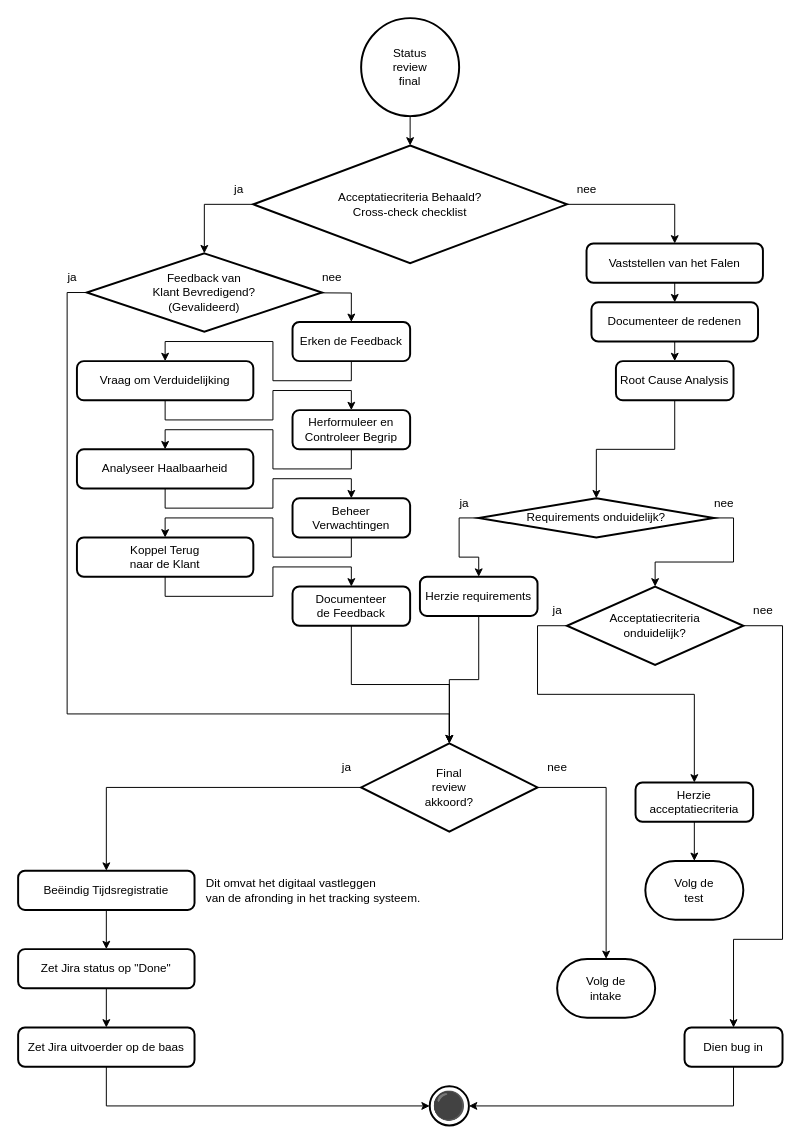
Above: 3 Issue Tracker review.drawio in Zaibatsu89/IssueTracker (draw.io), before the change. Source tidied: cells renumbered, new cells numbered last; positions are measured from the earlier drawing's top-left corner, leaving out a move shared by most shapes. Both pictures are drawn from the tidied source at 98%, with x=0, y=0 at pixel (18, 18).
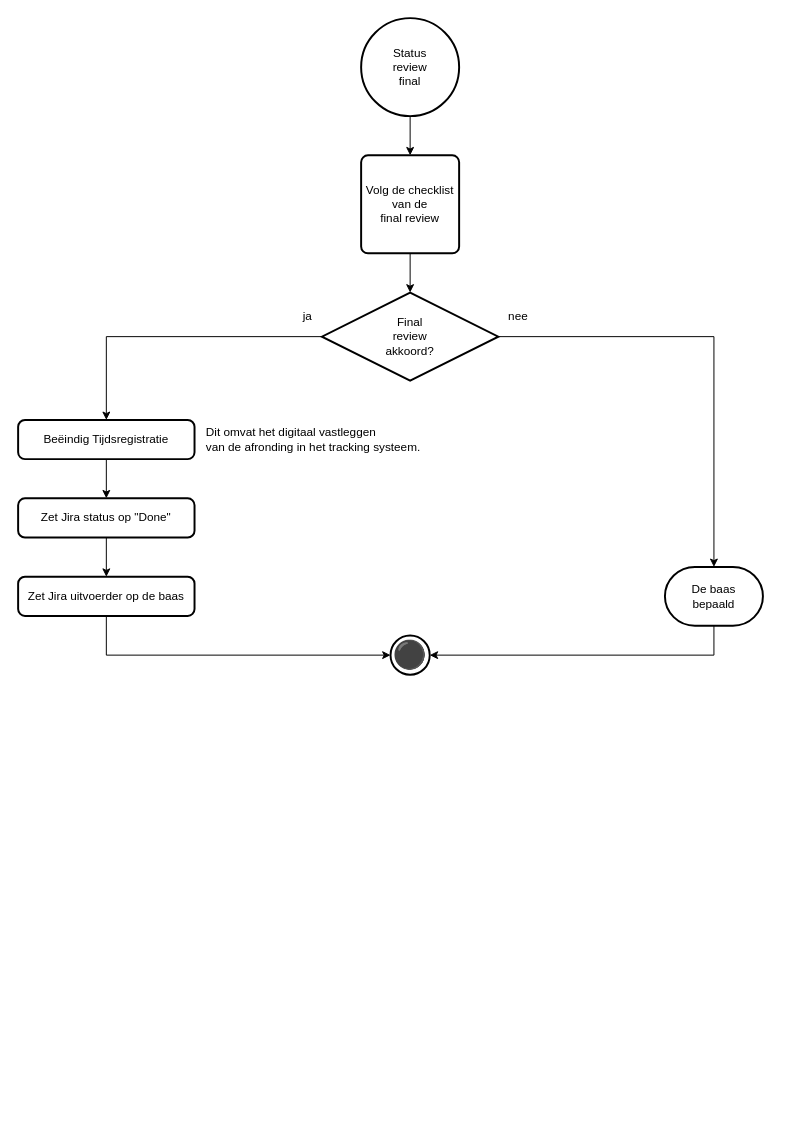
Above is the later version.

Commit message:
flowchart final review versimpelen, zie intake, deadline 18-7

The change refers to these unchanged cells:
```xml
<mxCell id="3" value="Status&lt;br&gt;review&lt;br&gt;final" style="strokeWidth=2;html=1;shape=mxgraph.flowchart.start_2;whiteSpace=wrap;" parent="1" vertex="1">
  <mxGeometry x="350" width="100" height="100" as="geometry" />
</mxCell>
```

What changed in the source:
```diff
@@
-    <mxCell id="2" style="edgeStyle=orthogonalEdgeStyle;rounded=0;jettySize=auto;html=1;" parent="1" edge="1" source="3" target="5">
-      <mxGeometry relative="1" as="geometry">
-        <Array as="points">
-          <mxPoint x="430" y="60" />
-        </Array>
-      </mxGeometry>
-    </mxCell>
+    <mxCell id="65" style="edgeStyle=orthogonalEdgeStyle;rounded=0;jettySize=auto;html=1;" parent="1" edge="1" source="3" target="67">
+      <mxGeometry relative="1" as="geometry" />
+    </mxCell>
@@
-    <mxCell id="4" style="edgeStyle=orthogonalEdgeStyle;rounded=0;jettySize=auto;html=1;exitX=1;exitY=0.5;exitDx=0;exitDy=0;exitPerimeter=0;entryX=0.5;entryY=0;entryDx=0;entryDy=0;" parent="1" edge="1" source="5" target="7">
-      <mxGeometry relative="1" as="geometry" />
-    </mxCell>
-    <mxCell id="5" value="Acceptatiecriteria Behaald?&lt;br&gt;Cross-check checklist" style="strokeWidth=2;html=1;shape=mxgraph.flowchart.decision;whiteSpace=wrap;" parent="1" vertex="1">
-      <mxGeometry x="240" y="130" width="320" height="120" as="geometry" />
-    </mxCell>
-    <mxCell id="6" style="edgeStyle=orthogonalEdgeStyle;rounded=0;jettySize=auto;html=1;exitX=0.5;exitY=1;exitDx=0;exitDy=0;entryX=0.5;entryY=0;entryDx=0;entryDy=0;" parent="1" edge="1" source="7" target="10">
-      <mxGeometry relative="1" as="geometry" />
-    </mxCell>
-    <mxCell id="7" value="Vaststellen van het Falen" style="rounded=1;whiteSpace=wrap;html=1;absoluteArcSize=1;arcSize=14;strokeWidth=2;" parent="1" vertex="1">
-      <mxGeometry x="580" y="230" width="180" height="40" as="geometry" />
-    </mxCell>
-    <mxCell id="8" value="ja" style="text;html=1;align=center;verticalAlign=middle;strokeColor=none;fillColor=none;" parent="1" vertex="1">
-      <mxGeometry x="210" y="160" width="30" height="30" as="geometry" />
-    </mxCell>
-    <mxCell id="9" style="edgeStyle=orthogonalEdgeStyle;rounded=0;jettySize=auto;html=1;exitX=0.5;exitY=1;exitDx=0;exitDy=0;entryX=0.5;entryY=0;entryDx=0;entryDy=0;" parent="1" edge="1" source="10" target="23">
-      <mxGeometry relative="1" as="geometry" />
-    </mxCell>
-    <mxCell id="10" value="Documenteer de redenen" style="rounded=1;whiteSpace=wrap;html=1;absoluteArcSize=1;arcSize=14;strokeWidth=2;" parent="1" vertex="1">
-      <mxGeometry x="585" y="290" width="170" height="40" as="geometry" />
-    </mxCell>
-    <mxCell id="11" style="edgeStyle=orthogonalEdgeStyle;rounded=0;jettySize=auto;html=1;exitX=1;exitY=0.5;exitDx=0;exitDy=0;exitPerimeter=0;entryX=0.5;entryY=0;entryDx=0;entryDy=0;" parent="1" edge="1" target="15">
-      <mxGeometry relative="1" as="geometry">
-        <mxPoint x="250" y="280" as="sourcePoint" />
-      </mxGeometry>
-    </mxCell>
-    <mxCell id="12" value="Feedback van&lt;br&gt;Klant Bevredigend?&lt;br&gt;(Gevalideerd)" style="strokeWidth=2;html=1;shape=mxgraph.flowchart.decision;whiteSpace=wrap;" parent="1" vertex="1">
-      <mxGeometry x="70" y="240" width="240" height="80" as="geometry" />
-    </mxCell>
-    <mxCell id="13" value="nee" style="text;html=1;align=center;verticalAlign=middle;strokeColor=none;fillColor=none;" parent="1" vertex="1">
-      <mxGeometry x="560" y="160" width="40" height="30" as="geometry" />
-    </mxCell>
-    <mxCell id="14" style="edgeStyle=orthogonalEdgeStyle;rounded=0;jettySize=auto;html=1;exitX=0.5;exitY=1;exitDx=0;exitDy=0;entryX=0.5;entryY=0;entryDx=0;entryDy=0;" parent="1" edge="1" source="15" target="39">
-      <mxGeometry relative="1" as="geometry" />
-    </mxCell>
-    <mxCell id="15" value="Erken de Feedback" style="rounded=1;whiteSpace=wrap;html=1;absoluteArcSize=1;arcSize=14;strokeWidth=2;" parent="1" vertex="1">
-      <mxGeometry x="280" y="310" width="120" height="40" as="geometry" />
-    </mxCell>
@@
     <mxCell id="17" value="Beëindig Tijdsregistratie" style="rounded=1;whiteSpace=wrap;html=1;absoluteArcSize=1;arcSize=14;strokeWidth=2;" parent="1" vertex="1">
-      <mxGeometry y="870" width="180" height="40" as="geometry" />
+      <mxGeometry y="410" width="180" height="40" as="geometry" />
     </mxCell>
-    <mxCell id="18" value="nee" style="text;html=1;align=center;verticalAlign=middle;strokeColor=none;fillColor=none;" parent="1" vertex="1">
-      <mxGeometry x="300" y="250" width="40" height="30" as="geometry" />
-    </mxCell>
     <mxCell id="19" value="⚫" style="strokeWidth=2;html=1;shape=mxgraph.flowchart.start_2;whiteSpace=wrap;fontSize=28;" parent="1" vertex="1">
-      <mxGeometry x="420" y="1090" width="40" height="40" as="geometry" />
+      <mxGeometry x="380" y="630" width="40" height="40" as="geometry" />
     </mxCell>
@@
     <mxCell id="21" value="Zet Jira status op &quot;Done&quot;" style="rounded=1;whiteSpace=wrap;html=1;absoluteArcSize=1;arcSize=14;strokeWidth=2;" parent="1" vertex="1">
-      <mxGeometry y="950" width="180" height="40" as="geometry" />
+      <mxGeometry y="490" width="180" height="40" as="geometry" />
     </mxCell>
     <mxCell id="22" value="Zet Jira uitvoerder op de baas" style="rounded=1;whiteSpace=wrap;html=1;absoluteArcSize=1;arcSize=14;strokeWidth=2;" parent="1" vertex="1">
-      <mxGeometry y="1030" width="180" height="40" as="geometry" />
+      <mxGeometry y="570" width="180" height="40" as="geometry" />
     </mxCell>
-    <mxCell id="23" value="Root Cause Analysis" style="rounded=1;whiteSpace=wrap;html=1;absoluteArcSize=1;arcSize=14;strokeWidth=2;" parent="1" vertex="1">
-      <mxGeometry x="610" y="350" width="120" height="40" as="geometry" />
-    </mxCell>
-    <mxCell id="24" style="edgeStyle=orthogonalEdgeStyle;rounded=0;jettySize=auto;html=1;exitX=0;exitY=0.5;exitDx=0;exitDy=0;exitPerimeter=0;entryX=0.5;entryY=0;entryDx=0;entryDy=0;" parent="1" edge="1" source="25" target="27">
-      <mxGeometry relative="1" as="geometry" />
-    </mxCell>
-    <mxCell id="25" value="Requirements onduidelijk?" style="strokeWidth=2;html=1;shape=mxgraph.flowchart.decision;whiteSpace=wrap;" parent="1" vertex="1">
-      <mxGeometry x="470" y="490" width="240" height="40" as="geometry" />
-    </mxCell>
-    <mxCell id="26" style="edgeStyle=orthogonalEdgeStyle;rounded=0;jettySize=auto;html=1;exitX=0.5;exitY=1;exitDx=0;exitDy=0;entryX=0.5;entryY=0;entryDx=0;entryDy=0;entryPerimeter=0;" parent="1" edge="1" source="23" target="25">
-      <mxGeometry relative="1" as="geometry" />
-    </mxCell>
-    <mxCell id="27" value="Herzie requirements" style="rounded=1;whiteSpace=wrap;html=1;absoluteArcSize=1;arcSize=14;strokeWidth=2;" parent="1" vertex="1">
-      <mxGeometry x="410" y="570" width="120" height="40" as="geometry" />
-    </mxCell>
-    <mxCell id="28" style="edgeStyle=orthogonalEdgeStyle;rounded=0;jettySize=auto;html=1;exitX=1;exitY=0.5;exitDx=0;exitDy=0;exitPerimeter=0;entryX=0.5;entryY=0;entryDx=0;entryDy=0;" parent="1" edge="1" source="30" target="35">
-      <mxGeometry relative="1" as="geometry">
-        <Array as="points">
-          <mxPoint x="780" y="620" />
-          <mxPoint x="780" y="940" />
-          <mxPoint x="730" y="940" />
-        </Array>
-      </mxGeometry>
-    </mxCell>
-    <mxCell id="29" style="edgeStyle=orthogonalEdgeStyle;rounded=0;jettySize=auto;html=1;entryX=0.5;entryY=0;entryDx=0;entryDy=0;exitX=0;exitY=0.5;exitDx=0;exitDy=0;exitPerimeter=0;" parent="1" edge="1" source="30" target="34">
-      <mxGeometry relative="1" as="geometry">
-        <Array as="points">
-          <mxPoint x="530" y="620" />
-          <mxPoint x="530" y="690" />
-          <mxPoint x="690" y="690" />
-        </Array>
-      </mxGeometry>
-    </mxCell>
-    <mxCell id="30" value="Acceptatiecriteria&lt;br&gt;onduidelijk?" style="strokeWidth=2;html=1;shape=mxgraph.flowchart.decision;whiteSpace=wrap;" parent="1" vertex="1">
-      <mxGeometry x="560" y="580" width="180" height="80" as="geometry" />
-    </mxCell>
-    <mxCell id="31" value="nee" style="text;html=1;align=center;verticalAlign=middle;strokeColor=none;fillColor=none;" parent="1" vertex="1">
-      <mxGeometry x="700" y="480" width="40" height="30" as="geometry" />
-    </mxCell>
-    <mxCell id="32" value="ja" style="text;html=1;align=center;verticalAlign=middle;strokeColor=none;fillColor=none;" parent="1" vertex="1">
-      <mxGeometry x="440" y="480" width="30" height="30" as="geometry" />
-    </mxCell>
-    <mxCell id="33" style="edgeStyle=orthogonalEdgeStyle;rounded=0;jettySize=auto;html=1;exitX=0.5;exitY=1;exitDx=0;exitDy=0;entryX=0.5;entryY=0;entryDx=0;entryDy=0;entryPerimeter=0;" parent="1" edge="1" source="34" target="61">
-      <mxGeometry relative="1" as="geometry" />
-    </mxCell>
-    <mxCell id="34" value="Herzie&lt;br&gt;acceptatiecriteria" style="rounded=1;whiteSpace=wrap;html=1;absoluteArcSize=1;arcSize=14;strokeWidth=2;" parent="1" vertex="1">
-      <mxGeometry x="630" y="780" width="120" height="40" as="geometry" />
-    </mxCell>
-    <mxCell id="35" value="Dien bug in" style="rounded=1;whiteSpace=wrap;html=1;absoluteArcSize=1;arcSize=14;strokeWidth=2;" parent="1" vertex="1">
-      <mxGeometry x="680" y="1030" width="100" height="40" as="geometry" />
-    </mxCell>
-    <mxCell id="36" value="ja" style="text;html=1;align=center;verticalAlign=middle;strokeColor=none;fillColor=none;" parent="1" vertex="1">
-      <mxGeometry x="535" y="590" width="30" height="30" as="geometry" />
-    </mxCell>
-    <mxCell id="37" value="nee" style="text;html=1;align=center;verticalAlign=middle;strokeColor=none;fillColor=none;" parent="1" vertex="1">
-      <mxGeometry x="740" y="590" width="40" height="30" as="geometry" />
-    </mxCell>
-    <mxCell id="38" style="edgeStyle=orthogonalEdgeStyle;rounded=0;jettySize=auto;html=1;exitX=0.5;exitY=1;exitDx=0;exitDy=0;entryX=0.5;entryY=0;entryDx=0;entryDy=0;" parent="1" edge="1" source="39" target="41">
-      <mxGeometry relative="1" as="geometry" />
-    </mxCell>
-    <mxCell id="39" value="Vraag om Verduidelijking" style="rounded=1;whiteSpace=wrap;html=1;absoluteArcSize=1;arcSize=14;strokeWidth=2;" parent="1" vertex="1">
-      <mxGeometry x="60" y="350" width="180" height="40" as="geometry" />
-    </mxCell>
-    <mxCell id="40" style="edgeStyle=orthogonalEdgeStyle;rounded=0;jettySize=auto;html=1;exitX=0.5;exitY=1;exitDx=0;exitDy=0;entryX=0.5;entryY=0;entryDx=0;entryDy=0;" parent="1" edge="1" source="41" target="43">
-      <mxGeometry relative="1" as="geometry" />
-    </mxCell>
-    <mxCell id="41" value="Herformuleer en Controleer Begrip" style="rounded=1;whiteSpace=wrap;html=1;absoluteArcSize=1;arcSize=14;strokeWidth=2;" parent="1" vertex="1">
-      <mxGeometry x="280" y="400" width="120" height="40" as="geometry" />
-    </mxCell>
-    <mxCell id="42" style="edgeStyle=orthogonalEdgeStyle;rounded=0;jettySize=auto;html=1;exitX=0.5;exitY=1;exitDx=0;exitDy=0;entryX=0.5;entryY=0;entryDx=0;entryDy=0;" parent="1" edge="1" source="43" target="45">
-      <mxGeometry relative="1" as="geometry" />
-    </mxCell>
-    <mxCell id="43" value="Analyseer Haalbaarheid" style="rounded=1;whiteSpace=wrap;html=1;absoluteArcSize=1;arcSize=14;strokeWidth=2;" parent="1" vertex="1">
-      <mxGeometry x="60" y="440" width="180" height="40" as="geometry" />
-    </mxCell>
-    <mxCell id="44" style="edgeStyle=orthogonalEdgeStyle;rounded=0;jettySize=auto;html=1;exitX=0.5;exitY=1;exitDx=0;exitDy=0;entryX=0.5;entryY=0;entryDx=0;entryDy=0;" parent="1" edge="1" source="45" target="47">
-      <mxGeometry relative="1" as="geometry" />
-    </mxCell>
-    <mxCell id="45" value="Beheer&lt;br&gt;Verwachtingen" style="rounded=1;whiteSpace=wrap;html=1;absoluteArcSize=1;arcSize=14;strokeWidth=2;" parent="1" vertex="1">
-      <mxGeometry x="280" y="490" width="120" height="40" as="geometry" />
-    </mxCell>
-    <mxCell id="46" style="edgeStyle=orthogonalEdgeStyle;rounded=0;jettySize=auto;html=1;exitX=0.5;exitY=1;exitDx=0;exitDy=0;entryX=0.5;entryY=0;entryDx=0;entryDy=0;" parent="1" edge="1" source="47" target="48">
-      <mxGeometry relative="1" as="geometry" />
-    </mxCell>
-    <mxCell id="47" value="Koppel Terug&lt;br&gt;naar de Klant" style="rounded=1;whiteSpace=wrap;html=1;absoluteArcSize=1;arcSize=14;strokeWidth=2;" parent="1" vertex="1">
-      <mxGeometry x="60" y="530" width="180" height="40" as="geometry" />
-    </mxCell>
-    <mxCell id="48" value="Documenteer&lt;br&gt;de Feedback" style="rounded=1;whiteSpace=wrap;html=1;absoluteArcSize=1;arcSize=14;strokeWidth=2;" parent="1" vertex="1">
-      <mxGeometry x="280" y="580" width="120" height="40" as="geometry" />
-    </mxCell>
@@
     <mxCell id="51" value="Final&lt;br&gt;review&lt;br&gt;akkoord?" style="strokeWidth=2;html=1;shape=mxgraph.flowchart.decision;whiteSpace=wrap;" parent="1" vertex="1">
-      <mxGeometry x="350" y="740" width="180" height="90" as="geometry" />
+      <mxGeometry x="310" y="280" width="180" height="90" as="geometry" />
     </mxCell>
     <mxCell id="52" value="nee" style="text;html=1;align=center;verticalAlign=middle;strokeColor=none;fillColor=none;" parent="1" vertex="1">
-      <mxGeometry x="530" y="750" width="40" height="30" as="geometry" />
+      <mxGeometry x="490" y="290" width="40" height="30" as="geometry" />
     </mxCell>
     <mxCell id="53" value="ja" style="text;html=1;align=center;verticalAlign=middle;strokeColor=none;fillColor=none;" parent="1" vertex="1">
-      <mxGeometry x="320" y="750" width="30" height="30" as="geometry" />
+      <mxGeometry x="280" y="290" width="30" height="30" as="geometry" />
     </mxCell>
     <mxCell id="54" value="Dit omvat het digitaal vastleggen&lt;br&gt;van de afronding in het tracking systeem." style="text;html=1;align=left;verticalAlign=middle;strokeColor=none;fillColor=none;" parent="1" vertex="1">
-      <mxGeometry x="190" y="875" width="270" height="30" as="geometry" />
+      <mxGeometry x="190" y="415" width="270" height="30" as="geometry" />
     </mxCell>
-    <mxCell id="55" style="edgeStyle=orthogonalEdgeStyle;rounded=0;jettySize=auto;html=1;exitX=1;exitY=0.5;exitDx=0;exitDy=0;exitPerimeter=0;entryX=0.5;entryY=0;entryDx=0;entryDy=0;entryPerimeter=0;" parent="1" edge="1" source="25" target="30">
-      <mxGeometry relative="1" as="geometry" />
-    </mxCell>
-    <mxCell id="56" style="edgeStyle=orthogonalEdgeStyle;rounded=0;jettySize=auto;html=1;entryX=1;entryY=0.5;entryDx=0;entryDy=0;entryPerimeter=0;exitX=0.5;exitY=1;exitDx=0;exitDy=0;" parent="1" edge="1" source="35" target="19">
+    <mxCell id="56" style="edgeStyle=orthogonalEdgeStyle;rounded=0;jettySize=auto;html=1;entryX=1;entryY=0.5;entryDx=0;entryDy=0;entryPerimeter=0;exitX=0.5;exitY=1;exitDx=0;exitDy=0;exitPerimeter=0;" parent="1" edge="1" source="60" target="19">
       <mxGeometry relative="1" as="geometry" />
     </mxCell>
-    <mxCell id="57" style="edgeStyle=orthogonalEdgeStyle;rounded=0;jettySize=auto;html=1;exitX=0;exitY=0.5;exitDx=0;exitDy=0;exitPerimeter=0;entryX=0.5;entryY=0;entryDx=0;entryDy=0;entryPerimeter=0;" parent="1" edge="1" source="5" target="12">
-      <mxGeometry relative="1" as="geometry" />
-    </mxCell>
-    <mxCell id="58" value="ja" style="text;html=1;align=center;verticalAlign=middle;strokeColor=none;fillColor=none;" parent="1" vertex="1">
-      <mxGeometry x="40" y="250" width="30" height="30" as="geometry" />
-    </mxCell>
@@
-    <mxCell id="60" value="Volg de&lt;br&gt;intake" style="strokeWidth=2;html=1;shape=mxgraph.flowchart.terminator;whiteSpace=wrap;" parent="1" vertex="1">
-      <mxGeometry x="550" y="960" width="100" height="60" as="geometry" />
+    <mxCell id="60" value="De baas&lt;br&gt;bepaald" style="strokeWidth=2;html=1;shape=mxgraph.flowchart.terminator;whiteSpace=wrap;" parent="1" vertex="1">
+      <mxGeometry x="660" y="560" width="100" height="60" as="geometry" />
     </mxCell>
-    <mxCell id="61" value="Volg de&lt;br&gt;test" style="strokeWidth=2;html=1;shape=mxgraph.flowchart.terminator;whiteSpace=wrap;" parent="1" vertex="1">
-      <mxGeometry x="640" y="860" width="100" height="60" as="geometry" />
-    </mxCell>
-    <mxCell id="62" style="edgeStyle=orthogonalEdgeStyle;rounded=0;jettySize=auto;html=1;exitX=0.5;exitY=1;exitDx=0;exitDy=0;entryX=0.5;entryY=0;entryDx=0;entryDy=0;entryPerimeter=0;" parent="1" edge="1" source="27" target="51">
-      <mxGeometry relative="1" as="geometry" />
-    </mxCell>
-    <mxCell id="63" style="edgeStyle=orthogonalEdgeStyle;rounded=0;jettySize=auto;html=1;exitX=0.5;exitY=1;exitDx=0;exitDy=0;entryX=0.5;entryY=0;entryDx=0;entryDy=0;entryPerimeter=0;" parent="1" edge="1" source="48" target="51">
-      <mxGeometry relative="1" as="geometry" />
-    </mxCell>
-    <mxCell id="64" style="edgeStyle=orthogonalEdgeStyle;rounded=0;jettySize=auto;html=1;exitX=0;exitY=0.5;exitDx=0;exitDy=0;exitPerimeter=0;entryX=0.5;entryY=0;entryDx=0;entryDy=0;entryPerimeter=0;" parent="1" edge="1" source="12" target="51">
-      <mxGeometry relative="1" as="geometry">
-        <Array as="points">
-          <mxPoint x="50" y="280" />
-          <mxPoint x="50" y="710" />
-          <mxPoint x="440" y="710" />
-        </Array>
-      </mxGeometry>
-    </mxCell>
+    <mxCell id="66" style="edgeStyle=orthogonalEdgeStyle;rounded=0;jettySize=auto;html=1;" parent="1" edge="1" source="67" target="51">
+      <mxGeometry relative="1" as="geometry" />
+    </mxCell>
+    <mxCell id="67" value="Volg de checklist&lt;br&gt;van de&lt;br&gt;final review" style="rounded=1;whiteSpace=wrap;html=1;absoluteArcSize=1;arcSize=14;strokeWidth=2;" parent="1" vertex="1">
+      <mxGeometry x="350" y="140" width="100" height="100" as="geometry" />
+    </mxCell>
```
